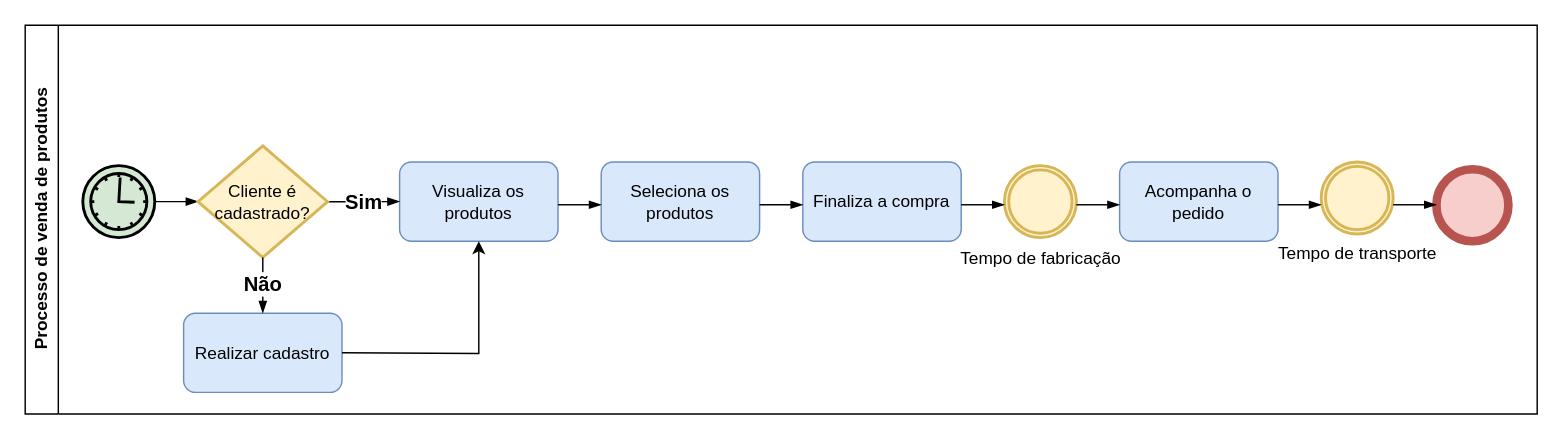
This is DiagramaMacro.drawio from PedroAP2/Projeto-EngenhariaDaComputacao, a draw.io file, before an edit. Source tidied: cells renumbered, new cells numbered last; positions are measured from the earlier drawing's top-left corner, leaving out a move shared by most shapes. Both pictures are drawn from the tidied source at 144%, with x=0, y=0 at pixel (24, 24).
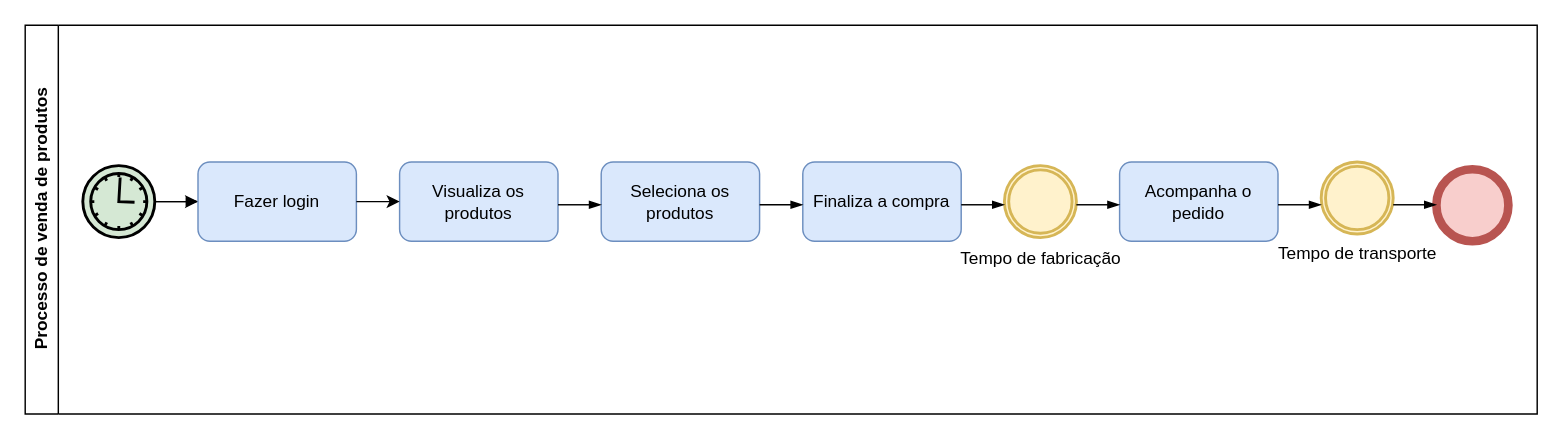
The same page after the edit.

Unchanged cells that the change refers to:
```xml
<mxCell id="2" value="Processo de venda de produtos" style="swimlane;horizontal=0;whiteSpace=wrap;html=1;gradientColor=none;" parent="1" vertex="1">
  <mxGeometry width="1050" height="270" as="geometry" />
</mxCell>
<mxCell id="3" value="Visualiza os produtos" style="rounded=1;whiteSpace=wrap;html=1;fillColor=#dae8fc;strokeColor=#6c8ebf;" parent="2" vertex="1">
  <mxGeometry x="260" y="95" width="110" height="55" as="geometry" />
</mxCell>
<mxCell id="7" style="points=[[0.145,0.145,0],[0.5,0,0],[0.855,0.145,0],[1,0.5,0],[0.855,0.855,0],[0.5,1,0],[0.145,0.855,0],[0,0.5,0]];shape=mxgraph.bpmn.event;html=1;verticalLabelPosition=bottom;labelBackgroundColor=#ffffff;verticalAlign=top;align=center;perimeter=ellipsePerimeter;outlineConnect=0;outline=standard;symbol=timer;strokeWidth=2;fillColor=#D5E8D4;gradientColor=none;" parent="2" vertex="1">
  <mxGeometry x="40" y="97.5" width="50" height="50" as="geometry" />
</mxCell>
```

The edit, as a diff of the source:
```diff
@@
+    <mxCell id="24" style="edgeStyle=orthogonalEdgeStyle;rounded=0;jettySize=auto;html=1;fontSize=14;" parent="2" edge="1" source="7" target="21">
+      <mxGeometry relative="1" as="geometry" />
+    </mxCell>
@@
-    <mxCell id="12" value="&lt;font style=&quot;font-size: 14px;&quot;&gt;&lt;b&gt;Sim&lt;/b&gt;&lt;/font&gt;" style="edgeStyle=elbowEdgeStyle;fontSize=12;html=1;endArrow=blockThin;endFill=1;rounded=0;exitX=1;exitY=0.5;exitDx=0;exitDy=0;entryX=0;entryY=0.5;entryDx=0;entryDy=0;" parent="2" edge="1" source="20" target="3">
-      <mxGeometry relative="1" as="geometry" />
-    </mxCell>
@@
-    <mxCell id="19" style="edgeStyle=orthogonalEdgeStyle;rounded=0;jettySize=auto;html=1;exitX=0.5;exitY=1;exitDx=0;exitDy=0;fontSize=14;" parent="2" edge="1" source="20">
+    <mxCell id="19" style="edgeStyle=orthogonalEdgeStyle;rounded=0;orthogonalLoop=1;jettySize=auto;html=1;exitX=0.5;exitY=1;exitDx=0;exitDy=0;fontSize=14;" parent="2" edge="1">
       <mxGeometry relative="1" as="geometry">
+        <mxPoint x="165" y="161.2" as="sourcePoint" />
         <mxPoint x="165" y="161" as="targetPoint" />
       </mxGeometry>
     </mxCell>
-    <mxCell id="20" value="Cliente é cadastrado?" style="rhombus;whiteSpace=wrap;html=1;strokeWidth=2;fillColor=#fff2cc;strokeColor=#d6b656;" parent="2" vertex="1">
-      <mxGeometry x="120" y="83.8" width="90" height="77.5" as="geometry" />
-    </mxCell>
-    <mxCell id="21" value="Realizar cadastro" style="rounded=1;whiteSpace=wrap;html=1;fillColor=#dae8fc;strokeColor=#6c8ebf;" parent="2" vertex="1">
-      <mxGeometry x="110" y="200" width="110" height="55" as="geometry" />
+    <mxCell id="21" value="Fazer login" style="rounded=1;whiteSpace=wrap;html=1;fillColor=#dae8fc;strokeColor=#6c8ebf;" parent="2" vertex="1">
+      <mxGeometry x="120" y="95" width="110" height="55" as="geometry" />
     </mxCell>
-    <mxCell id="22" value="&lt;font style=&quot;font-size: 14px;&quot;&gt;&lt;b&gt;Não&lt;/b&gt;&lt;/font&gt;" style="edgeStyle=elbowEdgeStyle;fontSize=12;html=1;endArrow=blockThin;endFill=1;rounded=0;exitX=0.5;exitY=1;exitDx=0;exitDy=0;entryX=0.5;entryY=0;entryDx=0;entryDy=0;" parent="2" edge="1" source="20" target="21">
-      <mxGeometry relative="1" as="geometry" />
-    </mxCell>
-    <mxCell id="23" style="endArrow=classic;html=1;rounded=0;fontSize=14;exitX=1;exitY=0.5;exitDx=0;exitDy=0;entryX=0.5;entryY=1;entryDx=0;entryDy=0;" parent="2" edge="1" source="21" target="3">
-      <mxGeometry relative="1" as="geometry">
-        <Array as="points">
-          <mxPoint x="315" y="228" />
-        </Array>
-      </mxGeometry>
+    <mxCell id="23" style="edgeStyle=orthogonalEdgeStyle;rounded=0;jettySize=auto;html=1;fontSize=14;entryX=0;entryY=0.5;entryDx=0;entryDy=0;exitX=1;exitY=0.5;exitDx=0;exitDy=0;" parent="2" edge="1" source="21" target="3">
+      <mxGeometry relative="1" as="geometry" />
     </mxCell>
```
